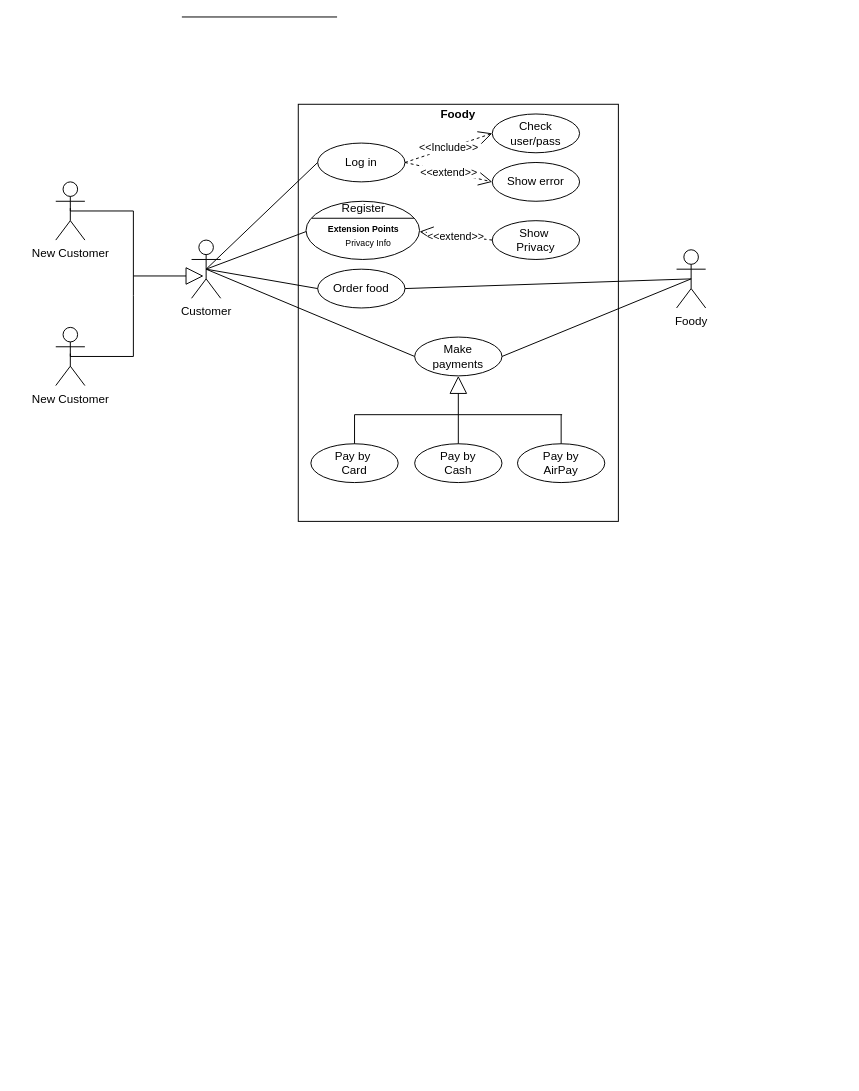
DinhManhAGF/Diagram keeps this draw.io diagram as TestUML.drawio. Above is the earlier version. Source tidied: cells renumbered, new cells numbered last; positions are measured from the earlier drawing's top-left corner, leaving out a move shared by most shapes. Both pictures are drawn from the tidied source at 97%, with x=0, y=0 at pixel (55, 16).
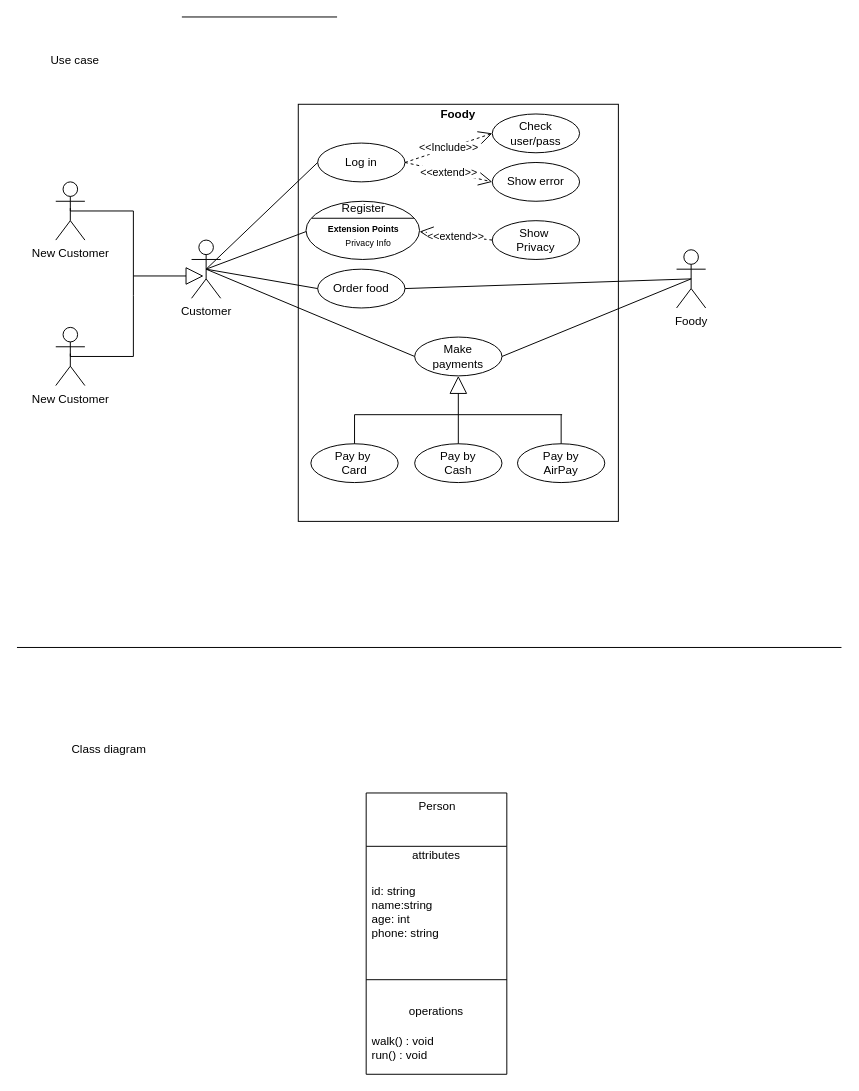
The same page after the edit.

Commit message:
Cập nhật TestUML.drawio

What changed in the source:
```diff
@@
+    <mxCell id="39" value="Class diagram" style="text;html=1;strokeColor=none;fillColor=none;align=center;verticalAlign=middle;whiteSpace=wrap;rounded=0;" parent="1" vertex="1">
+      <mxGeometry y="740" width="110" height="30" as="geometry" />
+    </mxCell>
+    <mxCell id="40" value="Use case" style="text;html=1;strokeColor=none;fillColor=none;align=center;verticalAlign=middle;whiteSpace=wrap;rounded=0;" parent="1" vertex="1">
+      <mxGeometry x="-10" y="30" width="60" height="30" as="geometry" />
+    </mxCell>
+    <mxCell id="41" style="endArrow=none;html=1;rounded=0;" parent="1" edge="1">
+      <mxGeometry relative="1" as="geometry">
+        <mxPoint x="-40" y="650" as="sourcePoint" />
+        <mxPoint x="810" y="650" as="targetPoint" />
+      </mxGeometry>
+    </mxCell>
+    <mxCell id="42" value="Person" style="swimlane;fontStyle=0;align=center;verticalAlign=top;horizontal=1;startSize=55;html=1;" parent="1" vertex="1">
+      <mxGeometry x="320" y="800" width="145" height="290" as="geometry" />
+    </mxCell>
+    <mxCell id="43" value="attributes" style="text;html=1;strokeColor=none;fillColor=none;align=center;verticalAlign=middle;spacingLeft=4;spacingRight=4;overflow=hidden;" parent="42" vertex="1">
+      <mxGeometry y="55" width="145" height="20" as="geometry" />
+    </mxCell>
+    <mxCell id="44" value="id: string&lt;br&gt;name:string&lt;br&gt;age: int&lt;br&gt;phone: string" style="text;html=1;strokeColor=none;fillColor=none;align=left;verticalAlign=middle;spacingLeft=4;spacingRight=4;overflow=hidden;" parent="42" vertex="1">
+      <mxGeometry y="75" width="145" height="95" as="geometry" />
+    </mxCell>
+    <mxCell id="45" style="line;strokeWidth=1;fillColor=none;align=left;verticalAlign=middle;spacingTop=-1;spacingLeft=3;spacingRight=3;labelPosition=right;" parent="42" vertex="1">
+      <mxGeometry y="170" width="145" height="45" as="geometry" />
+    </mxCell>
+    <mxCell id="46" value="operations" style="text;html=1;strokeColor=none;fillColor=none;align=center;verticalAlign=middle;spacingLeft=4;spacingRight=4;overflow=hidden;" parent="42" vertex="1">
+      <mxGeometry y="215" width="145" height="20" as="geometry" />
+    </mxCell>
+    <mxCell id="47" value="walk() : void&lt;br&gt;run() : void" style="text;html=1;strokeColor=none;fillColor=none;align=left;verticalAlign=middle;spacingLeft=4;spacingRight=4;overflow=hidden;" parent="42" vertex="1">
+      <mxGeometry y="235" width="145" height="55" as="geometry" />
+    </mxCell>
```
